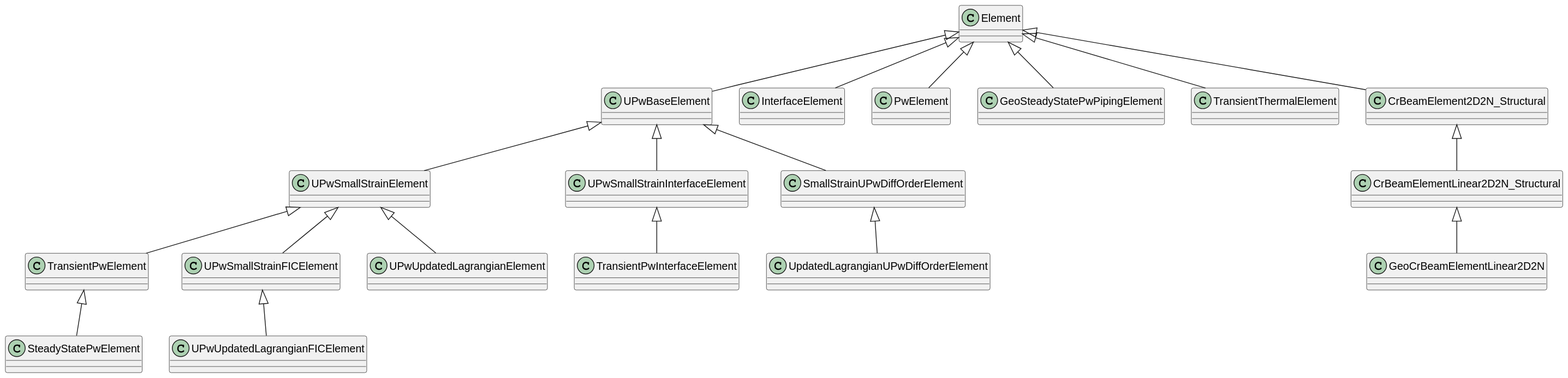
KratosMultiphysics/Kratos keeps this PlantUML diagram as applications/GeoMechanicsApplication/custom_elements/element_hierarchy.svg. Above is the earlier version.
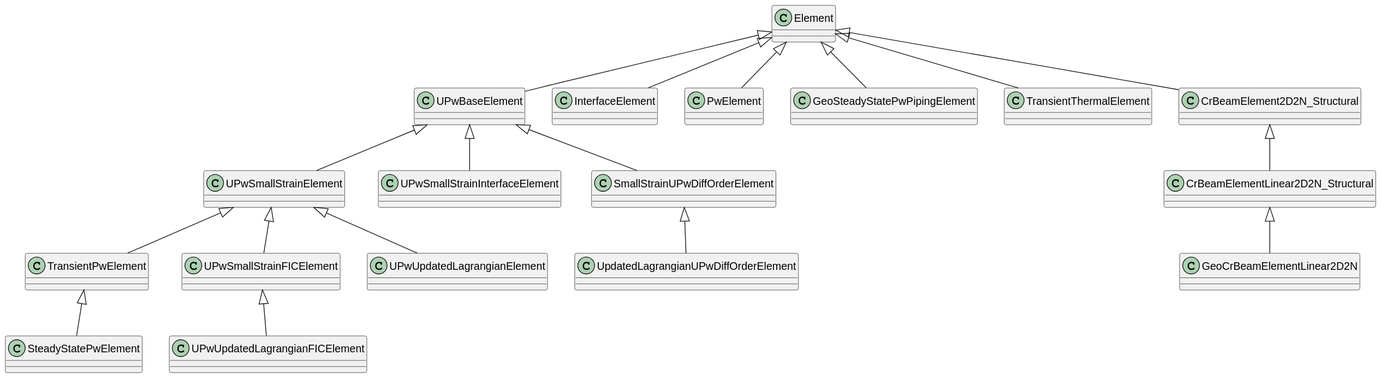
Later version of the same file.

Diff of the diagram source:
```diff
@@ -12,7 +12,6 @@
 class UPwUpdatedLagrangianElement
 
 class UPwSmallStrainInterfaceElement
-class TransientPwInterfaceElement
 
 Element <|-- UPwBaseElement
 UPwBaseElement <|-- UPwSmallStrainElement
@@ -30,7 +29,6 @@
 SmallStrainUPwDiffOrderElement <|-- UpdatedLagrangianUPwDiffOrderElement
 
 UPwBaseElement <|-- UPwSmallStrainInterfaceElement
-UPwSmallStrainInterfaceElement <|-- TransientPwInterfaceElement
 
 class InterfaceElement
 Element <|-- InterfaceElement
```
